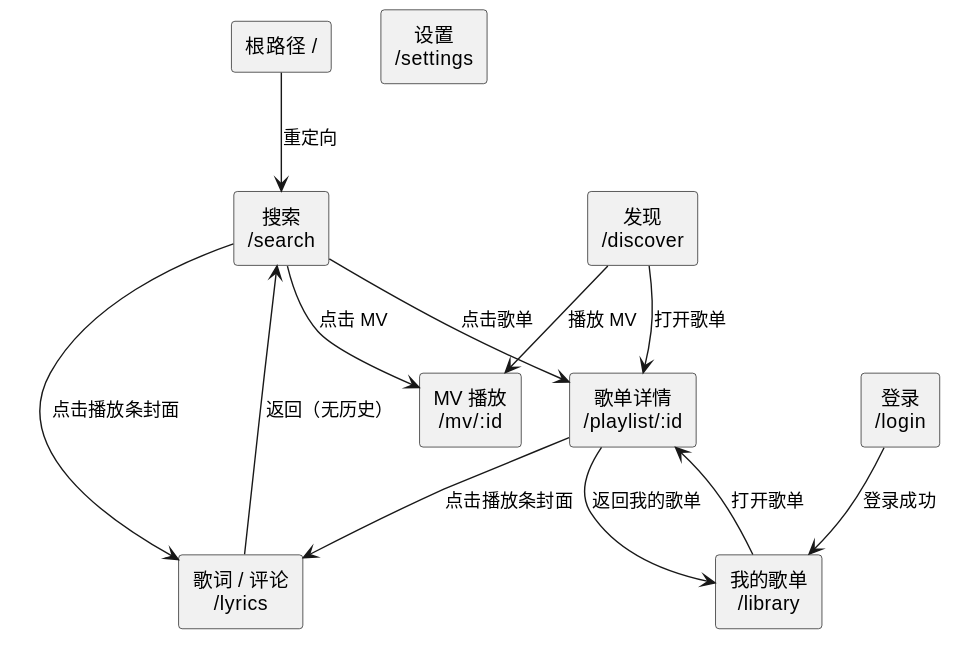
Above: diagram/page-url-architecture.svg in 54m43lJ/LycheePlayer (PlantUML), before the change.
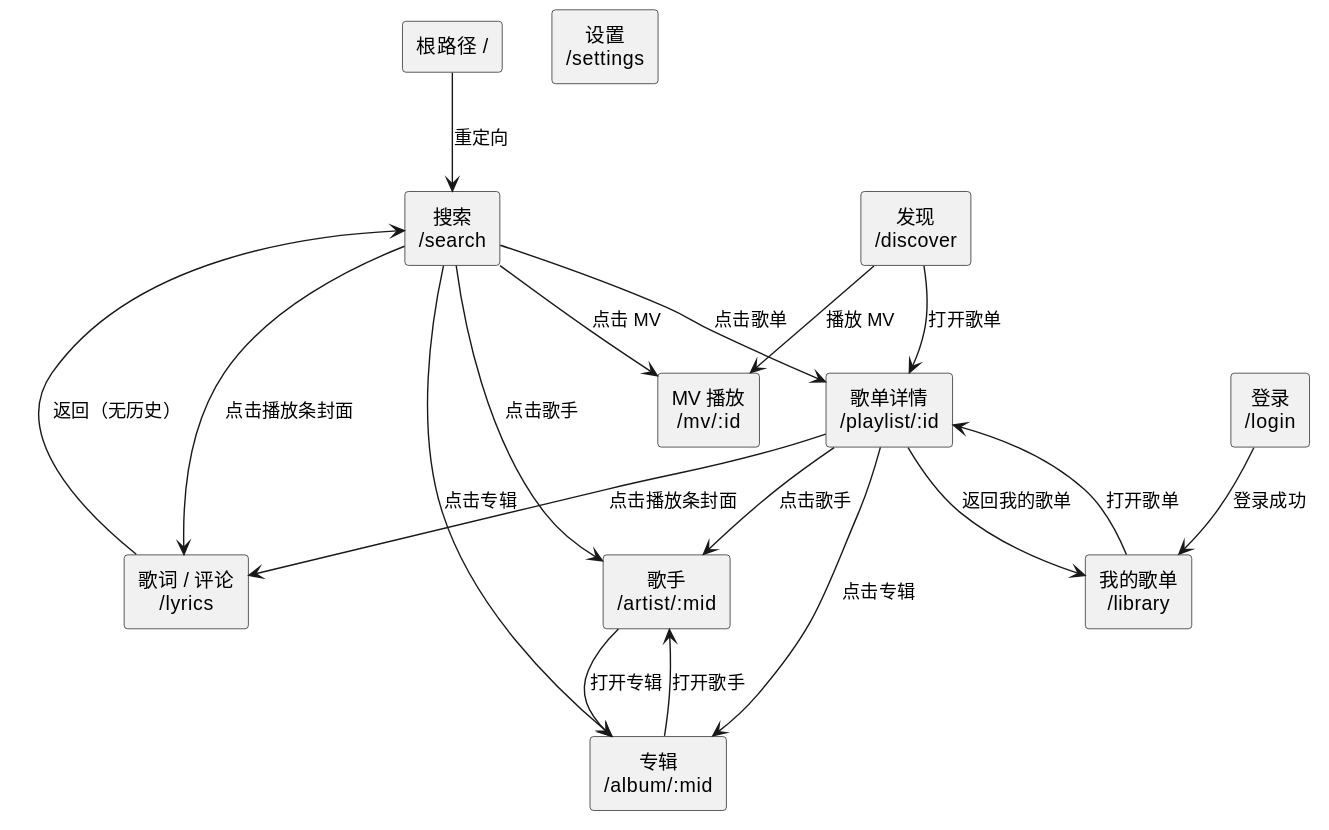
The same file after the commit.

Change to the diagram source:
```diff
@@ -10,6 +10,8 @@
 [歌单详情\n/playlist/:id] as PLAYLIST
 [MV 播放\n/mv/:id] as MV
 [歌词 / 评论\n/lyrics] as LYRICS
+[歌手\n/artist/:mid] as ARTIST
+[专辑\n/album/:mid] as ALBUM
 [登录\n/login] as LOGIN
 [设置\n/settings] as SETTINGS
 
@@ -17,11 +19,17 @@
 SEARCH --> PLAYLIST : 点击歌单
 SEARCH --> MV : 点击 MV
 SEARCH --> LYRICS : 点击播放条封面
+SEARCH --> ARTIST : 点击歌手
+SEARCH --> ALBUM : 点击专辑
 DISCOVER --> PLAYLIST : 打开歌单
 DISCOVER --> MV : 播放 MV
 LIBRARY --> PLAYLIST : 打开歌单
 PLAYLIST --> LYRICS : 点击播放条封面
+PLAYLIST --> ARTIST : 点击歌手
+PLAYLIST --> ALBUM : 点击专辑
 PLAYLIST --> LIBRARY : 返回我的歌单
 LOGIN --> LIBRARY : 登录成功
 LYRICS --> SEARCH : 返回（无历史）
+ARTIST --> ALBUM : 打开专辑
+ALBUM --> ARTIST : 打开歌手
 @enduml
```
